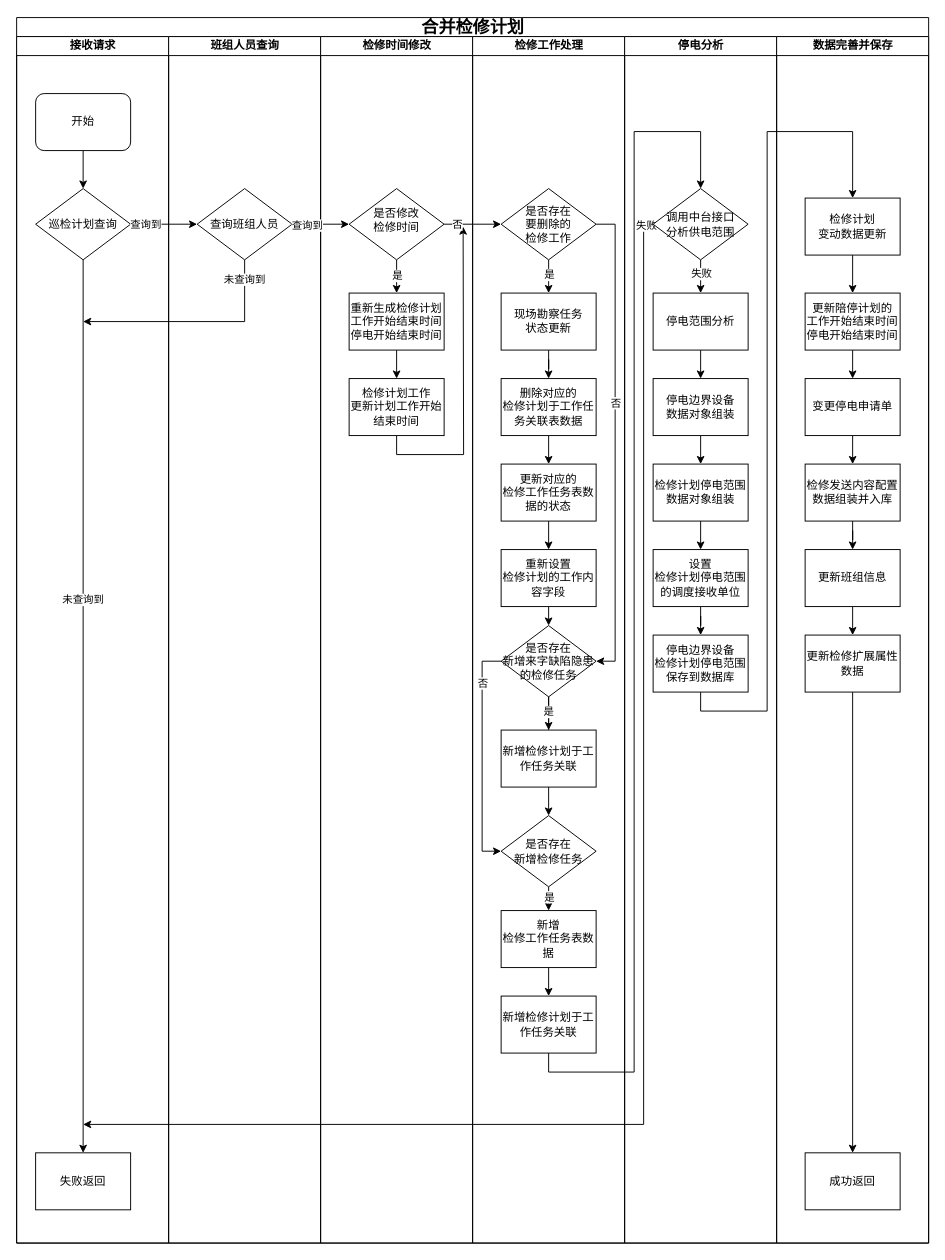
This is 合并检修计划.drawio from wwwwbo/myDraw, a draw.io file, before an edit. Source tidied: cells renumbered, new cells numbered last; positions are measured from the earlier drawing's top-left corner, leaving out a move shared by most shapes. Both pictures are drawn from the tidied source at 95%, with x=0, y=0 at pixel (16, 17).
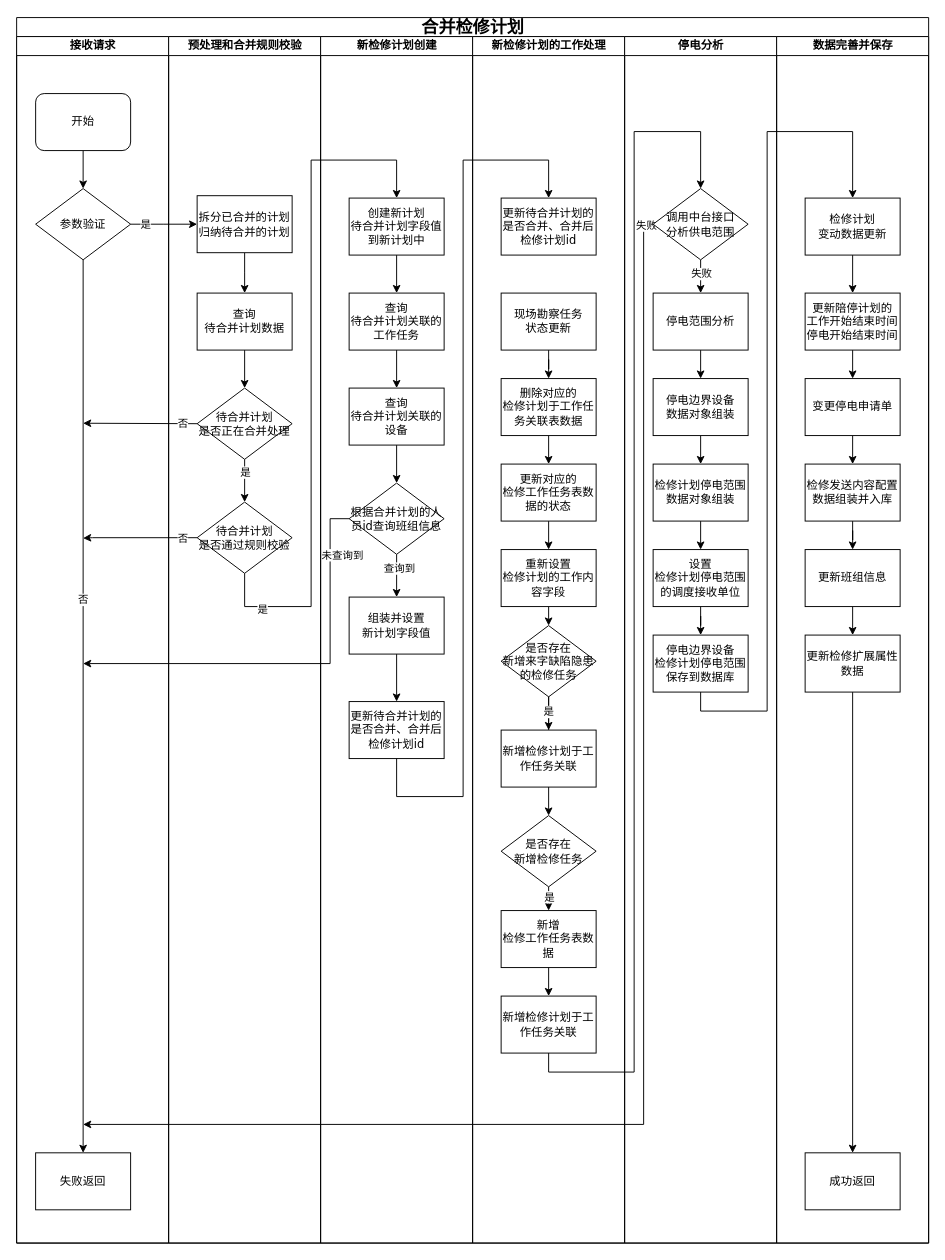
Above is the later version.

Commit message (it also covers changes not shown here):
更新合并检修计划.drawio

Unchanged cells that the change refers to:
```xml
<mxCell id="2" value="&lt;font style=&quot;font-size: 18px;&quot;&gt;合并检修计划&lt;/font&gt;" style="swimlane;html=1;startSize=20;rounded=0;shadow=0;labelBackgroundColor=none;strokeWidth=1;fontFamily=Verdana;fontSize=8;align=center;" parent="1" vertex="1">
  <mxGeometry width="960" height="1290" as="geometry" />
</mxCell>
<mxCell id="3" value="接收请求" style="swimlane;html=1;startSize=20;" parent="2" vertex="1">
  <mxGeometry y="20" width="160" height="1270" as="geometry" />
</mxCell>
<mxCell id="7" style="edgeStyle=orthogonalEdgeStyle;rounded=0;jettySize=auto;html=1;exitX=0.5;exitY=1;exitDx=0;exitDy=0;entryX=0.5;entryY=0;entryDx=0;entryDy=0;" parent="3" edge="1" source="6" target="9">
  <mxGeometry relative="1" as="geometry" />
</mxCell>
<mxCell id="29" value="&lt;span style=&quot;font-size: 12px;&quot;&gt;现场勘察任务&lt;/span&gt;&lt;div&gt;&lt;span style=&quot;font-size: 12px;&quot;&gt;状态更新&lt;/span&gt;&lt;/div&gt;" style="whiteSpace=wrap;html=1;fontSize=8;fontFamily=Verdana;rounded=0;shadow=0;labelBackgroundColor=none;strokeWidth=1;" parent="22" vertex="1">
  <mxGeometry x="30" y="270" width="100" height="60" as="geometry" />
</mxCell>
<mxCell id="36" value="&lt;span style=&quot;font-size: 12px;&quot;&gt;是否存在&lt;/span&gt;&lt;div&gt;&lt;span style=&quot;font-size: 12px;&quot;&gt;新增&lt;/span&gt;&lt;span style=&quot;font-size: 12px; background-color: transparent; color: light-dark(rgb(0, 0, 0), rgb(255, 255, 255));&quot;&gt;检修任务&lt;/span&gt;&lt;/div&gt;" style="rhombus;whiteSpace=wrap;html=1;rounded=0;shadow=0;labelBackgroundColor=none;strokeWidth=1;fontFamily=Verdana;fontSize=8;align=center;" parent="22" vertex="1">
  <mxGeometry x="30" y="820" width="100" height="75" as="geometry" />
</mxCell>
<mxCell id="43" value="&lt;span style=&quot;font-size: 12px;&quot;&gt;是否存在&lt;/span&gt;&lt;div&gt;&lt;span style=&quot;font-size: 12px;&quot;&gt;新增来字缺陷隐患&lt;/span&gt;&lt;/div&gt;&lt;div&gt;&lt;span style=&quot;font-size: 12px;&quot;&gt;的检修任务&lt;/span&gt;&lt;/div&gt;" style="rhombus;whiteSpace=wrap;html=1;rounded=0;shadow=0;labelBackgroundColor=none;strokeWidth=1;fontFamily=Verdana;fontSize=8;align=center;" parent="22" vertex="1">
  <mxGeometry x="30" y="620" width="100" height="75" as="geometry" />
</mxCell>
```

Diff of the diagram source:
```diff
@@
-    <mxCell id="6" value="&lt;font style=&quot;font-size: 12px;&quot;&gt;巡检计划查询&lt;/font&gt;" style="rhombus;whiteSpace=wrap;html=1;rounded=0;shadow=0;labelBackgroundColor=none;strokeWidth=1;fontFamily=Verdana;fontSize=8;align=center;" parent="3" vertex="1">
+    <mxCell id="6" value="&lt;font style=&quot;font-size: 12px;&quot;&gt;参数验证&lt;/font&gt;" style="rhombus;whiteSpace=wrap;html=1;rounded=0;shadow=0;labelBackgroundColor=none;strokeWidth=1;fontFamily=Verdana;fontSize=8;align=center;" parent="3" vertex="1">
       <mxGeometry x="20" y="160" width="100" height="75" as="geometry" />
     </mxCell>
@@
-    <mxCell id="8" value="未查询到" style="edgeLabel;html=1;align=center;verticalAlign=middle;" parent="7" vertex="1">
+    <mxCell id="8" value="否" style="edgeLabel;html=1;align=center;verticalAlign=middle;" parent="7" vertex="1">
       <mxGeometry x="-0.24" y="-1" relative="1" as="geometry" />
     </mxCell>
@@
-    <mxCell id="10" value="班组人员查询" style="swimlane;html=1;startSize=20;" parent="2" vertex="1">
+    <mxCell id="10" value="预处理和合并规则校验" style="swimlane;html=1;startSize=20;" parent="2" vertex="1">
       <mxGeometry x="160" y="20" width="160" height="1270" as="geometry" />
     </mxCell>
-    <mxCell id="11" value="&lt;span style=&quot;font-size: 12px;&quot;&gt;查询班组人员&lt;/span&gt;" style="rhombus;whiteSpace=wrap;html=1;rounded=0;shadow=0;labelBackgroundColor=none;strokeWidth=1;fontFamily=Verdana;fontSize=8;align=center;" parent="10" vertex="1">
-      <mxGeometry x="30" y="160" width="100" height="75" as="geometry" />
-    </mxCell>
-    <mxCell id="12" style="edgeStyle=orthogonalEdgeStyle;rounded=0;jettySize=auto;html=1;" parent="10" edge="1" source="11">
-      <mxGeometry relative="1" as="geometry">
-        <mxPoint x="-90" y="300" as="targetPoint" />
-        <Array as="points">
-          <mxPoint x="80" y="300" />
-          <mxPoint x="-90" y="300" />
-        </Array>
-      </mxGeometry>
-    </mxCell>
-    <mxCell id="13" value="未查询到" style="edgeLabel;html=1;align=center;verticalAlign=middle;" parent="12" vertex="1">
-      <mxGeometry x="-0.83" y="-1" relative="1" as="geometry" />
-    </mxCell>
+    <mxCell id="87" style="edgeStyle=orthogonalEdgeStyle;rounded=0;jettySize=auto;html=1;exitX=0.5;exitY=1;exitDx=0;exitDy=0;entryX=0.5;entryY=0;entryDx=0;entryDy=0;" parent="10" edge="1" source="88">
+      <mxGeometry relative="1" as="geometry">
+        <mxPoint x="80" y="270" as="targetPoint" />
+      </mxGeometry>
+    </mxCell>
+    <mxCell id="88" value="&lt;span style=&quot;font-size: 12px;&quot;&gt;拆分&lt;/span&gt;&lt;span style=&quot;font-size: 12px; background-color: transparent; color: light-dark(rgb(0, 0, 0), rgb(255, 255, 255));&quot;&gt;已合并的计划&lt;/span&gt;&lt;div&gt;&lt;span style=&quot;font-size: 12px;&quot;&gt;归纳待合并的计划&lt;/span&gt;&lt;/div&gt;" style="whiteSpace=wrap;html=1;fontSize=8;fontFamily=Verdana;rounded=0;shadow=0;labelBackgroundColor=none;strokeWidth=1;" parent="10" vertex="1">
+      <mxGeometry x="30" y="167.5" width="100" height="60" as="geometry" />
+    </mxCell>
+    <mxCell id="89" style="edgeStyle=orthogonalEdgeStyle;rounded=0;jettySize=auto;html=1;exitX=0;exitY=0.5;exitDx=0;exitDy=0;" parent="10" edge="1" source="93">
+      <mxGeometry relative="1" as="geometry">
+        <mxPoint x="-90" y="407" as="targetPoint" />
+      </mxGeometry>
+    </mxCell>
+    <mxCell id="90" value="否" style="edgeLabel;html=1;align=center;verticalAlign=middle;" parent="89" vertex="1">
+      <mxGeometry x="-0.73" relative="1" as="geometry" />
+    </mxCell>
+    <mxCell id="91" style="edgeStyle=orthogonalEdgeStyle;rounded=0;jettySize=auto;html=1;" parent="10" edge="1" source="94">
+      <mxGeometry relative="1" as="geometry">
+        <mxPoint x="-90" y="528" as="targetPoint" />
+        <Array as="points">
+          <mxPoint x="-80" y="528" />
+          <mxPoint x="-90" y="528" />
+        </Array>
+      </mxGeometry>
+    </mxCell>
+    <mxCell id="92" value="否" style="edgeLabel;html=1;align=center;verticalAlign=middle;" parent="91" vertex="1">
+      <mxGeometry x="-0.74" relative="1" as="geometry" />
+    </mxCell>
+    <mxCell id="93" value="&lt;font style=&quot;font-size: 12px;&quot;&gt;待合并计划&lt;/font&gt;&lt;div&gt;&lt;font style=&quot;font-size: 12px;&quot;&gt;是否正在合并处理&lt;/font&gt;&lt;/div&gt;" style="rhombus;whiteSpace=wrap;html=1;rounded=0;shadow=0;labelBackgroundColor=none;strokeWidth=1;fontFamily=Verdana;fontSize=8;align=center;" parent="10" vertex="1">
+      <mxGeometry x="30" y="370" width="100" height="75" as="geometry" />
+    </mxCell>
+    <mxCell id="94" value="&lt;span style=&quot;font-size: 12px;&quot;&gt;待合并计划&lt;/span&gt;&lt;div&gt;&lt;span style=&quot;font-size: 12px;&quot;&gt;是否通过规则校验&lt;/span&gt;&lt;/div&gt;" style="rhombus;whiteSpace=wrap;html=1;rounded=0;shadow=0;labelBackgroundColor=none;strokeWidth=1;fontFamily=Verdana;fontSize=8;align=center;" parent="10" vertex="1">
+      <mxGeometry x="30" y="490" width="100" height="75" as="geometry" />
+    </mxCell>
+    <mxCell id="95" style="edgeStyle=orthogonalEdgeStyle;rounded=0;jettySize=auto;html=1;exitX=0.5;exitY=1;exitDx=0;exitDy=0;" parent="10" edge="1" source="93" target="94">
+      <mxGeometry relative="1" as="geometry" />
+    </mxCell>
+    <mxCell id="96" value="是" style="edgeLabel;html=1;align=center;verticalAlign=middle;" parent="95" vertex="1">
+      <mxGeometry x="-0.42" relative="1" as="geometry" />
+    </mxCell>
+    <mxCell id="97" style="edgeStyle=orthogonalEdgeStyle;rounded=0;jettySize=auto;html=1;exitX=0.5;exitY=1;exitDx=0;exitDy=0;" parent="10" edge="1" source="98" target="93">
+      <mxGeometry relative="1" as="geometry" />
+    </mxCell>
+    <mxCell id="98" value="&lt;span style=&quot;font-size: 12px;&quot;&gt;查询&lt;/span&gt;&lt;div&gt;&lt;span style=&quot;font-size: 12px;&quot;&gt;待合并计划数据&lt;/span&gt;&lt;/div&gt;" style="whiteSpace=wrap;html=1;fontSize=8;fontFamily=Verdana;rounded=0;shadow=0;labelBackgroundColor=none;strokeWidth=1;" parent="10" vertex="1">
+      <mxGeometry x="30" y="270" width="100" height="60" as="geometry" />
+    </mxCell>
-    <mxCell id="14" value="检修时间修改" style="swimlane;html=1;startSize=20;" parent="2" vertex="1">
+    <mxCell id="14" value="新检修计划创建" style="swimlane;html=1;startSize=20;" parent="2" vertex="1">
       <mxGeometry x="320" y="20" width="160" height="1270" as="geometry" />
     </mxCell>
-    <mxCell id="15" style="edgeStyle=orthogonalEdgeStyle;rounded=0;jettySize=auto;html=1;exitX=0.5;exitY=1;exitDx=0;exitDy=0;entryX=0.5;entryY=0;entryDx=0;entryDy=0;" parent="14" edge="1" source="17" target="19">
-      <mxGeometry relative="1" as="geometry" />
-    </mxCell>
-    <mxCell id="16" value="是" style="edgeLabel;html=1;align=center;verticalAlign=middle;" parent="15" vertex="1">
-      <mxGeometry x="-0.16" relative="1" as="geometry">
-        <mxPoint y="1" as="offset" />
-      </mxGeometry>
-    </mxCell>
-    <mxCell id="17" value="&lt;div&gt;&lt;span style=&quot;font-size: 12px;&quot;&gt;是否修改&lt;/span&gt;&lt;span style=&quot;font-size: 12px;&quot;&gt;&lt;/span&gt;&lt;/div&gt;&lt;span style=&quot;font-size: 12px;&quot;&gt;检修时间&lt;/span&gt;&lt;div&gt;&lt;br&gt;&lt;/div&gt;" style="rhombus;whiteSpace=wrap;html=1;rounded=0;shadow=0;labelBackgroundColor=none;strokeWidth=1;fontFamily=Verdana;fontSize=8;align=center;" parent="14" vertex="1">
-      <mxGeometry x="30" y="160" width="100" height="75" as="geometry" />
-    </mxCell>
@@
-    <mxCell id="19" value="&lt;span style=&quot;font-size: 12px;&quot;&gt;重新生成检修计划&lt;/span&gt;&lt;div&gt;&lt;span style=&quot;font-size: 12px;&quot;&gt;工作开始结束时间&lt;/span&gt;&lt;/div&gt;&lt;div&gt;&lt;span style=&quot;font-size: 12px;&quot;&gt;停电开始结束时间&lt;/span&gt;&lt;/div&gt;" style="whiteSpace=wrap;html=1;fontSize=8;fontFamily=Verdana;rounded=0;shadow=0;labelBackgroundColor=none;strokeWidth=1;" parent="14" vertex="1">
+    <mxCell id="19" value="&lt;span style=&quot;font-size: 12px;&quot;&gt;查询&lt;/span&gt;&lt;div&gt;&lt;span style=&quot;font-size: 12px;&quot;&gt;待合并计划关联的工作任务&lt;/span&gt;&lt;/div&gt;" style="whiteSpace=wrap;html=1;fontSize=8;fontFamily=Verdana;rounded=0;shadow=0;labelBackgroundColor=none;strokeWidth=1;" parent="14" vertex="1">
       <mxGeometry x="30" y="270" width="100" height="60" as="geometry" />
     </mxCell>
-    <mxCell id="20" style="edgeStyle=orthogonalEdgeStyle;rounded=0;jettySize=auto;html=1;exitX=0.5;exitY=1;exitDx=0;exitDy=0;" parent="14" edge="1" source="21">
-      <mxGeometry relative="1" as="geometry">
-        <mxPoint x="150" y="200" as="targetPoint" />
-      </mxGeometry>
-    </mxCell>
+    <mxCell id="99" style="edgeStyle=orthogonalEdgeStyle;rounded=0;jettySize=auto;html=1;exitX=0.5;exitY=1;exitDx=0;exitDy=0;entryX=0.5;entryY=0;entryDx=0;entryDy=0;" parent="14" edge="1" source="21" target="104">
+      <mxGeometry relative="1" as="geometry" />
+    </mxCell>
-    <mxCell id="21" value="&lt;span style=&quot;font-size: 12px;&quot;&gt;检修计划工作&lt;/span&gt;&lt;div&gt;&lt;span style=&quot;font-size: 12px;&quot;&gt;更新&lt;/span&gt;&lt;span style=&quot;font-size: 12px; background-color: transparent; color: light-dark(rgb(0, 0, 0), rgb(255, 255, 255));&quot;&gt;计划工作开始结束时间&lt;/span&gt;&lt;/div&gt;" style="whiteSpace=wrap;html=1;fontSize=8;fontFamily=Verdana;rounded=0;shadow=0;labelBackgroundColor=none;strokeWidth=1;" parent="14" vertex="1">
-      <mxGeometry x="30" y="360" width="100" height="60" as="geometry" />
+    <mxCell id="21" value="&lt;span style=&quot;font-size: 12px;&quot;&gt;查询&lt;/span&gt;&lt;div&gt;&lt;span style=&quot;font-size: 12px;&quot;&gt;待合并计划关联的&lt;/span&gt;&lt;/div&gt;&lt;div&gt;&lt;span style=&quot;font-size: 12px;&quot;&gt;设备&lt;/span&gt;&lt;/div&gt;" style="whiteSpace=wrap;html=1;fontSize=8;fontFamily=Verdana;rounded=0;shadow=0;labelBackgroundColor=none;strokeWidth=1;" parent="14" vertex="1">
+      <mxGeometry x="30" y="370" width="100" height="60" as="geometry" />
     </mxCell>
+    <mxCell id="100" style="edgeStyle=orthogonalEdgeStyle;rounded=0;jettySize=auto;html=1;exitX=0.5;exitY=1;exitDx=0;exitDy=0;" parent="14" edge="1" source="101" target="19">
+      <mxGeometry relative="1" as="geometry" />
+    </mxCell>
+    <mxCell id="101" value="&lt;span style=&quot;font-size: 12px;&quot;&gt;创建新计划&lt;/span&gt;&lt;div&gt;&lt;span style=&quot;font-size: 12px;&quot;&gt;待合并计划字段值到新计划中&lt;/span&gt;&lt;/div&gt;" style="whiteSpace=wrap;html=1;fontSize=8;fontFamily=Verdana;rounded=0;shadow=0;labelBackgroundColor=none;strokeWidth=1;" parent="14" vertex="1">
+      <mxGeometry x="30" y="170" width="100" height="60" as="geometry" />
+    </mxCell>
+    <mxCell id="102" style="edgeStyle=orthogonalEdgeStyle;rounded=0;jettySize=auto;html=1;exitX=0.5;exitY=1;exitDx=0;exitDy=0;" parent="14" edge="1" source="104" target="106">
+      <mxGeometry relative="1" as="geometry" />
+    </mxCell>
+    <mxCell id="68" value="查询到" style="edgeLabel;html=1;align=center;verticalAlign=middle;" parent="102" vertex="1">
+      <mxGeometry x="-0.36" y="2" relative="1" as="geometry" />
+    </mxCell>
+    <mxCell id="103" style="edgeStyle=orthogonalEdgeStyle;rounded=0;jettySize=auto;html=1;exitX=0;exitY=0.5;exitDx=0;exitDy=0;" parent="14" edge="1" source="104">
+      <mxGeometry relative="1" as="geometry">
+        <mxPoint x="-250" y="660" as="targetPoint" />
+        <Array as="points">
+          <mxPoint x="10" y="507" />
+          <mxPoint x="10" y="660" />
+          <mxPoint x="-250" y="660" />
+        </Array>
+      </mxGeometry>
+    </mxCell>
+    <mxCell id="104" value="&lt;span style=&quot;font-size: 12px;&quot;&gt;根据合并计划的人员id查询班组信息&lt;/span&gt;" style="rhombus;whiteSpace=wrap;html=1;rounded=0;shadow=0;labelBackgroundColor=none;strokeWidth=1;fontFamily=Verdana;fontSize=8;align=center;" parent="14" vertex="1">
+      <mxGeometry x="30" y="470" width="100" height="75" as="geometry" />
+    </mxCell>
+    <mxCell id="105" style="edgeStyle=orthogonalEdgeStyle;rounded=0;jettySize=auto;html=1;exitX=0.5;exitY=1;exitDx=0;exitDy=0;entryX=0.5;entryY=0;entryDx=0;entryDy=0;" parent="14" edge="1" source="106" target="107">
+      <mxGeometry relative="1" as="geometry" />
+    </mxCell>
+    <mxCell id="106" value="&lt;span style=&quot;font-size: 12px;&quot;&gt;组装并设置&lt;/span&gt;&lt;div&gt;&lt;span style=&quot;font-size: 12px;&quot;&gt;新计划字段值&lt;/span&gt;&lt;/div&gt;" style="whiteSpace=wrap;html=1;fontSize=8;fontFamily=Verdana;rounded=0;shadow=0;labelBackgroundColor=none;strokeWidth=1;" parent="14" vertex="1">
+      <mxGeometry x="30" y="590" width="100" height="60" as="geometry" />
+    </mxCell>
+    <mxCell id="13" value="未查询到" style="edgeLabel;html=1;align=center;verticalAlign=middle;" parent="14" vertex="1">
+      <mxGeometry x="22.2" y="545" as="geometry" />
+    </mxCell>
+    <mxCell id="107" value="&lt;span style=&quot;font-size: 12px;&quot;&gt;更新待合并计划的是否合并、合并后检修计划id&lt;/span&gt;" style="whiteSpace=wrap;html=1;fontSize=8;fontFamily=Verdana;rounded=0;shadow=0;labelBackgroundColor=none;strokeWidth=1;" parent="14" vertex="1">
+      <mxGeometry x="30" y="700" width="100" height="60" as="geometry" />
+    </mxCell>
-    <mxCell id="22" value="检修工作处理" style="swimlane;html=1;startSize=20;" parent="2" vertex="1">
+    <mxCell id="22" value="新检修计划的工作处理" style="swimlane;html=1;startSize=20;" parent="2" vertex="1">
       <mxGeometry x="480" y="20" width="160" height="1270" as="geometry" />
     </mxCell>
-    <mxCell id="23" style="edgeStyle=orthogonalEdgeStyle;rounded=0;jettySize=auto;html=1;exitX=0.5;exitY=1;exitDx=0;exitDy=0;entryX=0.5;entryY=0;entryDx=0;entryDy=0;" parent="22" edge="1" source="27" target="29">
-      <mxGeometry relative="1" as="geometry" />
-    </mxCell>
-    <mxCell id="24" value="是" style="edgeLabel;html=1;align=center;verticalAlign=middle;" parent="23" vertex="1">
-      <mxGeometry x="-0.09" relative="1" as="geometry">
-        <mxPoint y="-1" as="offset" />
-      </mxGeometry>
-    </mxCell>
-    <mxCell id="25" style="edgeStyle=orthogonalEdgeStyle;rounded=0;jettySize=auto;html=1;exitX=1;exitY=0.5;exitDx=0;exitDy=0;entryX=1;entryY=0.5;entryDx=0;entryDy=0;" parent="22" edge="1" source="27" target="43">
-      <mxGeometry relative="1" as="geometry">
-        <Array as="points">
-          <mxPoint x="150" y="197" />
-          <mxPoint x="150" y="658" />
-          <mxPoint x="130" y="658" />
-        </Array>
-      </mxGeometry>
-    </mxCell>
-    <mxCell id="26" value="否" style="edgeLabel;html=1;align=center;verticalAlign=middle;" parent="25" vertex="1">
-      <mxGeometry x="-0.17" relative="1" as="geometry" />
-    </mxCell>
-    <mxCell id="27" value="&lt;span style=&quot;font-size: 12px;&quot;&gt;是否存在&lt;br&gt;要删除的&lt;/span&gt;&lt;div&gt;&lt;span style=&quot;font-size: 12px;&quot;&gt;检修工作&lt;/span&gt;&lt;/div&gt;" style="rhombus;whiteSpace=wrap;html=1;rounded=0;shadow=0;labelBackgroundColor=none;strokeWidth=1;fontFamily=Verdana;fontSize=8;align=center;" parent="22" vertex="1">
-      <mxGeometry x="30" y="160" width="100" height="75" as="geometry" />
-    </mxCell>
@@
-    <mxCell id="41" style="edgeStyle=orthogonalEdgeStyle;rounded=0;jettySize=auto;html=1;exitX=0;exitY=0.5;exitDx=0;exitDy=0;entryX=0;entryY=0.5;entryDx=0;entryDy=0;" parent="22" edge="1" source="43" target="36">
-      <mxGeometry relative="1" as="geometry" />
-    </mxCell>
-    <mxCell id="42" value="否" style="edgeLabel;html=1;align=center;verticalAlign=middle;" parent="41" vertex="1">
-      <mxGeometry x="-0.64" relative="1" as="geometry" />
-    </mxCell>
@@
+    <mxCell id="108" value="&lt;span style=&quot;font-size: 12px;&quot;&gt;更新待合并计划的是否合并、合并后检修计划id&lt;/span&gt;" style="whiteSpace=wrap;html=1;fontSize=8;fontFamily=Verdana;rounded=0;shadow=0;labelBackgroundColor=none;strokeWidth=1;" parent="22" vertex="1">
+      <mxGeometry x="30" y="170" width="100" height="60" as="geometry" />
+    </mxCell>
@@
-    <mxCell id="65" style="edgeStyle=orthogonalEdgeStyle;rounded=0;jettySize=auto;html=1;" parent="2" edge="1" source="6" target="11">
-      <mxGeometry relative="1" as="geometry" />
+    <mxCell id="65" style="edgeStyle=orthogonalEdgeStyle;rounded=0;jettySize=auto;html=1;" parent="2" edge="1" source="6">
+      <mxGeometry relative="1" as="geometry">
+        <mxPoint x="190" y="217.5" as="targetPoint" />
+      </mxGeometry>
     </mxCell>
-    <mxCell id="66" value="查询到" style="edgeLabel;html=1;align=center;verticalAlign=middle;" parent="65" vertex="1">
+    <mxCell id="66" value="是" style="edgeLabel;html=1;align=center;verticalAlign=middle;" parent="65" vertex="1">
       <mxGeometry x="-0.58" relative="1" as="geometry" />
     </mxCell>
-    <mxCell id="67" style="edgeStyle=orthogonalEdgeStyle;rounded=0;jettySize=auto;html=1;exitX=1;exitY=0.5;exitDx=0;exitDy=0;entryX=0;entryY=0.5;entryDx=0;entryDy=0;" parent="2" edge="1" source="11" target="17">
-      <mxGeometry relative="1" as="geometry" />
-    </mxCell>
-    <mxCell id="68" value="查询到" style="edgeLabel;html=1;align=center;verticalAlign=middle;" parent="67" vertex="1">
-      <mxGeometry x="-0.51" y="-1" relative="1" as="geometry" />
-    </mxCell>
-    <mxCell id="69" style="edgeStyle=orthogonalEdgeStyle;rounded=0;jettySize=auto;html=1;" parent="2" edge="1" source="17">
-      <mxGeometry relative="1" as="geometry">
-        <mxPoint x="510" y="217.5" as="targetPoint" />
-      </mxGeometry>
-    </mxCell>
-    <mxCell id="70" value="否" style="edgeLabel;html=1;align=center;verticalAlign=middle;" parent="69" vertex="1">
-      <mxGeometry x="-0.57" relative="1" as="geometry" />
-    </mxCell>
@@
+    <mxCell id="109" style="edgeStyle=orthogonalEdgeStyle;rounded=0;jettySize=auto;html=1;exitX=0.5;exitY=1;exitDx=0;exitDy=0;entryX=0.5;entryY=0;entryDx=0;entryDy=0;" parent="2" edge="1" source="94" target="101">
+      <mxGeometry relative="1" as="geometry">
+        <Array as="points">
+          <mxPoint x="240" y="620" />
+          <mxPoint x="310" y="620" />
+          <mxPoint x="310" y="150" />
+          <mxPoint x="400" y="150" />
+        </Array>
+      </mxGeometry>
+    </mxCell>
+    <mxCell id="110" value="是" style="edgeLabel;html=1;align=center;verticalAlign=middle;" parent="109" vertex="1">
+      <mxGeometry x="-0.85" y="-2" relative="1" as="geometry" />
+    </mxCell>
+    <mxCell id="111" style="edgeStyle=orthogonalEdgeStyle;rounded=0;jettySize=auto;html=1;entryX=0.5;entryY=0;entryDx=0;entryDy=0;exitX=0.5;exitY=1;exitDx=0;exitDy=0;" parent="2" edge="1" source="107" target="108">
+      <mxGeometry relative="1" as="geometry">
+        <Array as="points">
+          <mxPoint x="400" y="820" />
+          <mxPoint x="470" y="820" />
+          <mxPoint x="470" y="150" />
+          <mxPoint x="560" y="150" />
+        </Array>
+      </mxGeometry>
+    </mxCell>
```
